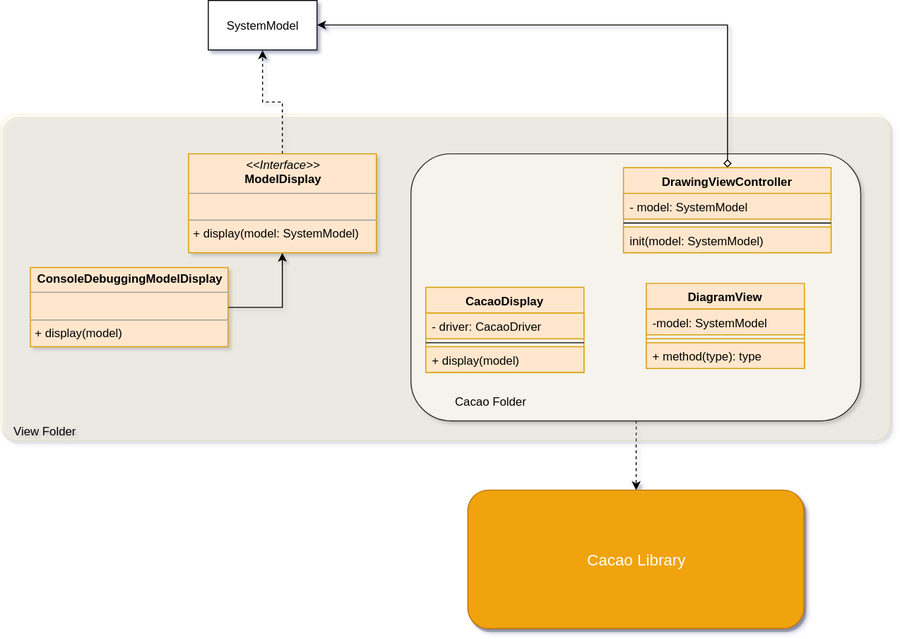
Before: Docs/resource/SwiftCodeHelper-View.svg, a diagram exported from draw.io (kevinvandenbreemen/SwiftCodeHelper). Source tidied: cells renumbered, new cells last; positions are measured from the earlier drawing's top-left corner, leaving out a move shared by most shapes.
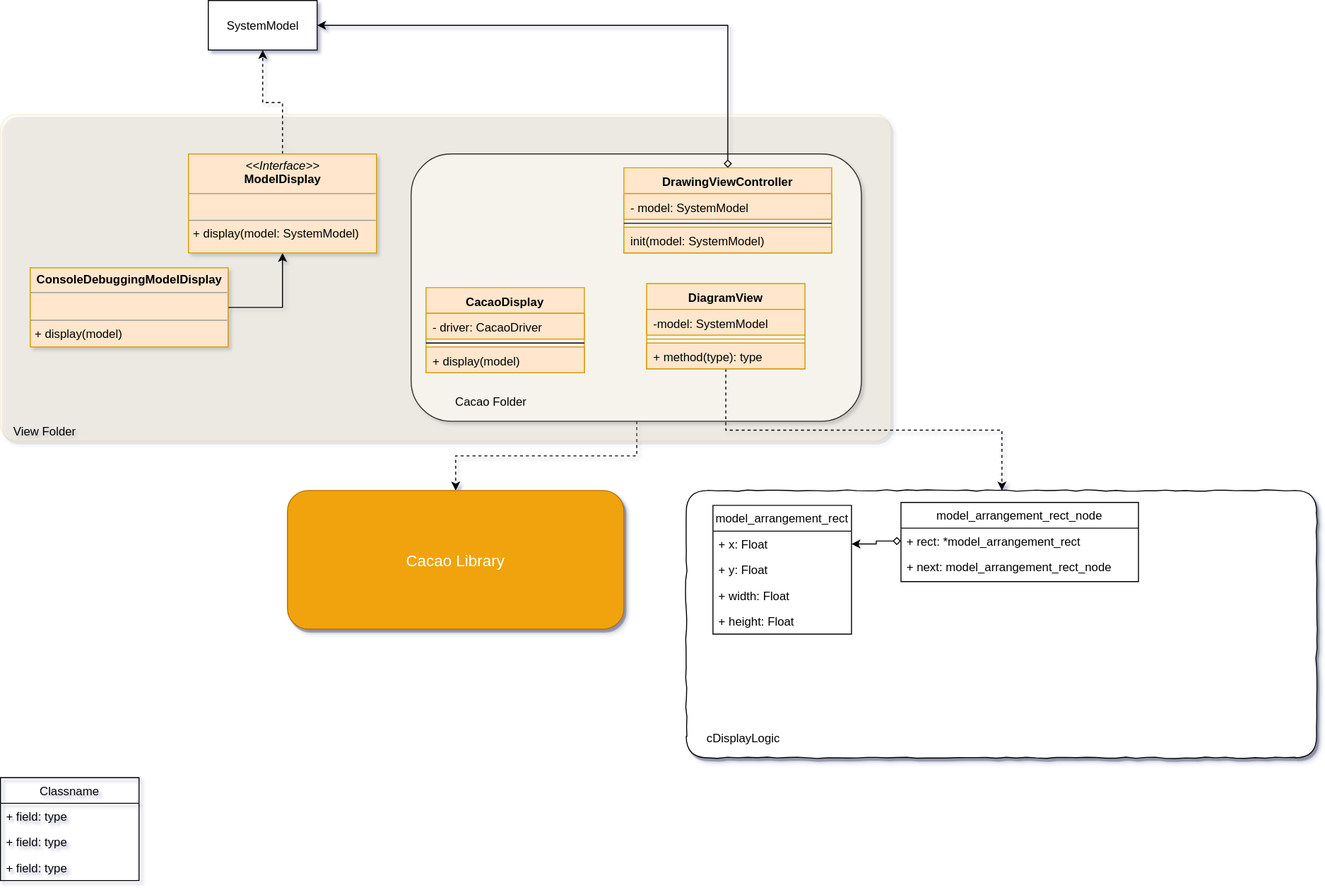
Above is the later version.

Diff of the diagram source:
```diff
@@ -2,6 +2,9 @@
   <root>
     <mxCell id="0" />
     <mxCell id="1" parent="0" />
+    <mxCell id="26" style="rounded=1;whiteSpace=wrap;html=1;glass=1;shadow=1;comic=1;arcSize=8;" parent="1" vertex="1">
+      <mxGeometry x="693" y="495" width="637" height="270" as="geometry" />
+    </mxCell>
     <mxCell id="2" style="edgeStyle=orthogonalEdgeStyle;rounded=0;jettySize=auto;html=1;exitX=0.5;exitY=1;exitDx=0;exitDy=0;entryX=0.5;entryY=0;entryDx=0;entryDy=0;startArrow=none;startFill=0;dashed=1;" parent="1" edge="1" source="3" target="11">
       <mxGeometry relative="1" as="geometry" />
     </mxCell>
@@ -34,7 +37,7 @@
       <mxGeometry x="10" y="425" width="70" height="20" as="geometry" />
     </mxCell>
     <mxCell id="11" value="&lt;font style=&quot;font-size: 16px&quot;&gt;Cacao Library&lt;/font&gt;" style="rounded=1;whiteSpace=wrap;html=1;shadow=1;fillColor=#f0a30a;strokeColor=#BD7000;fontColor=#ffffff;" parent="1" vertex="1">
-      <mxGeometry x="472.5" y="495" width="340" height="140" as="geometry" />
+      <mxGeometry x="290" y="495" width="340" height="140" as="geometry" />
     </mxCell>
     <mxCell id="12" value="CacaoDisplay" style="swimlane;fontStyle=1;align=center;verticalAlign=top;horizontal=1;startSize=26;rounded=0;shadow=0;fillColor=#ffe6cc;strokeColor=#d79b00;" parent="1" vertex="1">
       <mxGeometry x="430" y="290" width="160" height="86" as="geometry" />
@@ -66,6 +69,9 @@
     <mxCell id="21" value="Cacao Folder" style="text;html=1;strokeColor=none;fillColor=none;align=center;verticalAlign=middle;whiteSpace=wrap;rounded=0;shadow=0;opacity=20;" parent="1" vertex="1">
       <mxGeometry x="450" y="395" width="90" height="20" as="geometry" />
     </mxCell>
+    <mxCell id="27" style="edgeStyle=orthogonalEdgeStyle;rounded=0;jettySize=auto;html=1;exitX=0.5;exitY=1;exitDx=0;exitDy=0;entryX=0.5;entryY=0;entryDx=0;entryDy=0;startArrow=none;startFill=0;dashed=1;" parent="1" edge="1" source="22" target="26">
+      <mxGeometry relative="1" as="geometry" />
+    </mxCell>
     <mxCell id="22" value="DiagramView" style="swimlane;fontStyle=1;align=center;verticalAlign=top;horizontal=1;startSize=26;fillColor=#ffe6cc;strokeColor=#d79b00;" parent="1" vertex="1">
       <mxGeometry x="653" y="286" width="160" height="86" as="geometry" />
     </mxCell>
@@ -78,5 +84,47 @@
     <mxCell id="25" value="+ method(type): type" style="text;strokeColor=#d79b00;fillColor=#ffe6cc;align=left;verticalAlign=top;spacingLeft=4;spacingRight=4;overflow=hidden;" parent="22" vertex="1">
       <mxGeometry y="60" width="160" height="26" as="geometry" />
     </mxCell>
+    <mxCell id="28" value="cDisplayLogic" style="text;html=1;strokeColor=none;fillColor=none;align=center;verticalAlign=middle;whiteSpace=wrap;rounded=0;shadow=1;glass=1;comic=1;" parent="1" vertex="1">
+      <mxGeometry x="700" y="735" width="100" height="20" as="geometry" />
+    </mxCell>
+    <mxCell id="29" value="Classname" style="swimlane;fontStyle=0;horizontal=1;startSize=26;fillColor=none;shadow=0;glass=0;comic=0;" parent="1" vertex="1">
+      <mxGeometry y="785" width="140" height="104" as="geometry" />
+    </mxCell>
+    <mxCell id="30" value="+ field: type" style="text;strokeColor=none;fillColor=none;align=left;verticalAlign=top;spacingLeft=4;spacingRight=4;overflow=hidden;" parent="29" vertex="1">
+      <mxGeometry y="26" width="140" height="26" as="geometry" />
+    </mxCell>
+    <mxCell id="31" value="+ field: type" style="text;strokeColor=none;fillColor=none;align=left;verticalAlign=top;spacingLeft=4;spacingRight=4;overflow=hidden;" parent="29" vertex="1">
+      <mxGeometry y="52" width="140" height="26" as="geometry" />
+    </mxCell>
+    <mxCell id="32" value="+ field: type" style="text;strokeColor=none;fillColor=none;align=left;verticalAlign=top;spacingLeft=4;spacingRight=4;overflow=hidden;" parent="29" vertex="1">
+      <mxGeometry y="78" width="140" height="26" as="geometry" />
+    </mxCell>
+    <mxCell id="33" value="model_arrangement_rect" style="swimlane;fontStyle=0;horizontal=1;startSize=26;fillColor=none;shadow=0;glass=0;comic=0;" parent="1" vertex="1">
+      <mxGeometry x="720" y="510" width="140" height="130" as="geometry" />
+    </mxCell>
+    <mxCell id="34" value="+ x: Float" style="text;strokeColor=none;fillColor=none;align=left;verticalAlign=top;spacingLeft=4;spacingRight=4;overflow=hidden;points=[[0,0.5],[1,0.5]];portConstraint=eastwest;" parent="33" vertex="1">
+      <mxGeometry y="26" width="140" height="26" as="geometry" />
+    </mxCell>
+    <mxCell id="35" value="+ y: Float" style="text;strokeColor=none;fillColor=none;align=left;verticalAlign=top;spacingLeft=4;spacingRight=4;overflow=hidden;" parent="33" vertex="1">
+      <mxGeometry y="52" width="140" height="26" as="geometry" />
+    </mxCell>
+    <mxCell id="36" value="+ width: Float" style="text;strokeColor=none;fillColor=none;align=left;verticalAlign=top;spacingLeft=4;spacingRight=4;overflow=hidden;" parent="33" vertex="1">
+      <mxGeometry y="78" width="140" height="26" as="geometry" />
+    </mxCell>
+    <mxCell id="37" value="+ height: Float" style="text;strokeColor=none;fillColor=none;align=left;verticalAlign=top;spacingLeft=4;spacingRight=4;overflow=hidden;" parent="33" vertex="1">
+      <mxGeometry y="104" width="140" height="26" as="geometry" />
+    </mxCell>
+    <mxCell id="38" value="model_arrangement_rect_node" style="swimlane;fontStyle=0;horizontal=1;startSize=26;fillColor=none;shadow=0;glass=0;comic=0;" parent="1" vertex="1">
+      <mxGeometry x="910" y="507" width="240" height="80" as="geometry" />
+    </mxCell>
+    <mxCell id="39" value="+ rect: *model_arrangement_rect" style="text;strokeColor=none;fillColor=none;align=left;verticalAlign=top;spacingLeft=4;spacingRight=4;overflow=hidden;points=[[0,0.5],[1,0.5]];portConstraint=eastwest;" parent="38" vertex="1">
+      <mxGeometry y="26" width="240" height="26" as="geometry" />
+    </mxCell>
+    <mxCell id="40" value="+ next: model_arrangement_rect_node" style="text;strokeColor=none;fillColor=none;align=left;verticalAlign=top;spacingLeft=4;spacingRight=4;overflow=hidden;" parent="38" vertex="1">
+      <mxGeometry y="52" width="240" height="28" as="geometry" />
+    </mxCell>
+    <mxCell id="41" style="edgeStyle=orthogonalEdgeStyle;rounded=0;jettySize=auto;html=1;exitX=0;exitY=0.5;exitDx=0;exitDy=0;entryX=1;entryY=0.5;entryDx=0;entryDy=0;startArrow=diamond;startFill=0;" parent="1" edge="1" source="39" target="34">
+      <mxGeometry relative="1" as="geometry" />
+    </mxCell>
   </root>
 </mxGraphModel>
```
